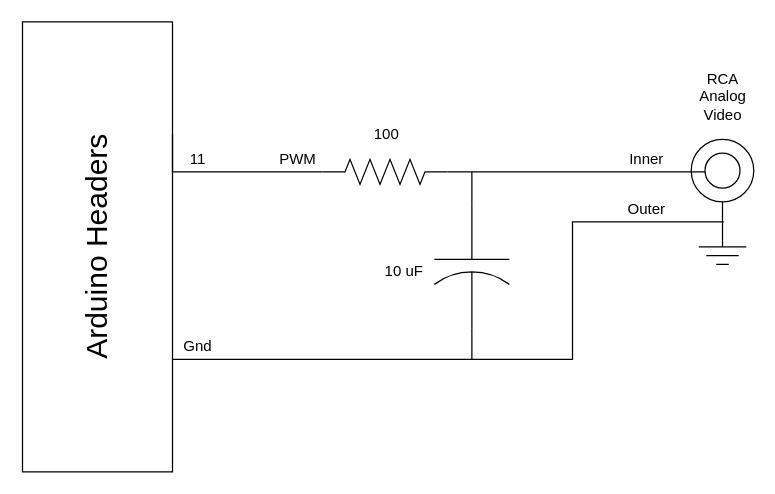
The draw.io diagram docs/RetroAV-Audio-HW-Diagram.drawio in dervish77/RetroAV, before the edit. Source tidied: cells renumbered, new cells numbered last; positions are measured from the earlier drawing's top-left corner, leaving out a move shared by most shapes. Both pictures are drawn from the tidied source at 125%, with x=0, y=0 at pixel (-19, 21).
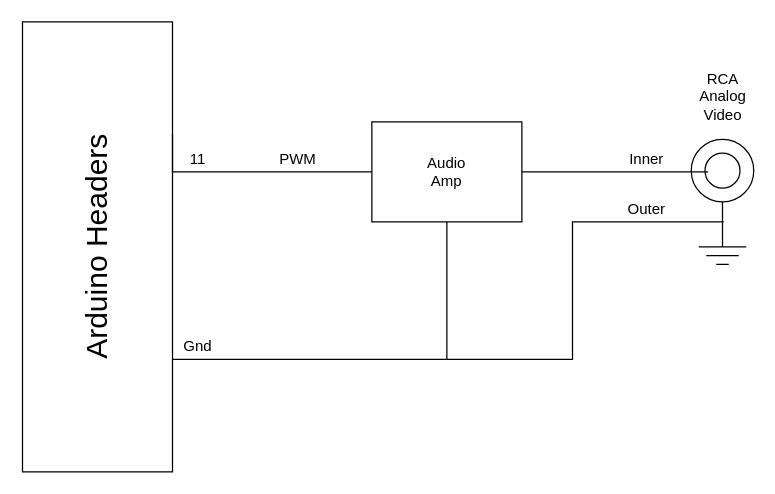
After the change.

Commit message (it also covers changes not shown here):
modified audio diagram to include amp instead of filter

Unchanged cells that the change refers to:
```xml
<mxCell id="2" style="rounded=0;whiteSpace=wrap;html=1;" parent="1" vertex="1">
  <mxGeometry x="32.5" width="120" height="360" as="geometry" />
</mxCell>
<mxCell id="7" style="verticalLabelPosition=bottom;shadow=0;dashed=0;align=center;html=1;verticalAlign=top;shape=mxgraph.electrical.miscellaneous.shielded_jack_plug;" parent="1" vertex="1">
  <mxGeometry x="567.5" y="94" width="50" height="100" as="geometry" />
</mxCell>
```

What changed in the source:
```diff
@@
-    <mxCell id="6" style="verticalLabelPosition=bottom;shadow=0;dashed=0;align=center;html=1;verticalAlign=top;shape=mxgraph.electrical.resistors.resistor_2;" parent="1" vertex="1">
-      <mxGeometry x="272.5" y="110" width="100" height="20" as="geometry" />
-    </mxCell>
@@
-    <mxCell id="8" style="edgeStyle=orthogonalEdgeStyle;rounded=0;jettySize=auto;html=1;exitX=1;exitY=0.25;exitDx=0;exitDy=0;entryX=0;entryY=0.5;entryDx=0;entryDy=0;entryPerimeter=0;endArrow=none;endFill=0;" parent="1" edge="1" source="2" target="6">
+    <mxCell id="8" style="edgeStyle=orthogonalEdgeStyle;rounded=0;jettySize=auto;html=1;exitX=1;exitY=0.25;exitDx=0;exitDy=0;entryX=0;entryY=0.5;entryDx=0;entryDy=0;endArrow=none;endFill=0;" parent="1" edge="1" source="2" target="21">
       <mxGeometry relative="1" as="geometry">
         <Array as="points">
-          <mxPoint x="152.5" y="120" />
+          <mxPoint x="153" y="120" />
         </Array>
       </mxGeometry>
     </mxCell>
-    <mxCell id="9" style="edgeStyle=orthogonalEdgeStyle;rounded=0;jettySize=auto;html=1;exitX=1;exitY=0.5;exitDx=0;exitDy=0;exitPerimeter=0;entryX=0.22;entryY=0.26;entryDx=0;entryDy=0;entryPerimeter=0;endArrow=none;endFill=0;" parent="1" edge="1" source="6" target="7">
-      <mxGeometry relative="1" as="geometry" />
-    </mxCell>
@@
-    <mxCell id="12" value="100" style="text;html=1;strokeColor=none;fillColor=none;align=center;verticalAlign=middle;whiteSpace=wrap;rounded=0;" parent="1" vertex="1">
-      <mxGeometry x="303.5" y="80" width="40" height="20" as="geometry" />
-    </mxCell>
@@
-    <mxCell id="16" style="edgeStyle=orthogonalEdgeStyle;rounded=0;jettySize=auto;html=1;exitX=0;exitY=0.5;exitDx=0;exitDy=0;exitPerimeter=0;endArrow=none;endFill=0;" parent="1" edge="1" source="18">
-      <mxGeometry relative="1" as="geometry">
-        <mxPoint x="392" y="120" as="targetPoint" />
-      </mxGeometry>
-    </mxCell>
-    <mxCell id="17" style="edgeStyle=orthogonalEdgeStyle;rounded=0;jettySize=auto;html=1;exitX=1;exitY=0.5;exitDx=0;exitDy=0;exitPerimeter=0;endArrow=none;endFill=0;" parent="1" edge="1" source="18">
-      <mxGeometry relative="1" as="geometry">
-        <mxPoint x="392" y="270" as="targetPoint" />
-      </mxGeometry>
-    </mxCell>
-    <mxCell id="18" style="verticalLabelPosition=bottom;shadow=0;dashed=0;align=center;html=1;verticalAlign=top;shape=mxgraph.electrical.capacitors.capacitor_2;rotation=90;" parent="1" vertex="1">
-      <mxGeometry x="342" y="165" width="100" height="60" as="geometry" />
-    </mxCell>
-    <mxCell id="19" value="10 uF" style="text;html=1;strokeColor=none;fillColor=none;align=center;verticalAlign=middle;whiteSpace=wrap;rounded=0;" parent="1" vertex="1">
-      <mxGeometry x="318" y="190" width="40" height="20" as="geometry" />
-    </mxCell>
+    <mxCell id="20" style="edgeStyle=orthogonalEdgeStyle;rounded=0;jettySize=auto;html=1;exitX=0.5;exitY=1;exitDx=0;exitDy=0;endArrow=none;endFill=0;" parent="1" edge="1" source="21">
+      <mxGeometry relative="1" as="geometry">
+        <mxPoint x="372" y="270" as="targetPoint" />
+      </mxGeometry>
+    </mxCell>
+    <mxCell id="21" style="rounded=0;whiteSpace=wrap;html=1;" parent="1" vertex="1">
+      <mxGeometry x="312" y="80" width="120" height="80" as="geometry" />
+    </mxCell>
+    <mxCell id="22" style="edgeStyle=orthogonalEdgeStyle;rounded=0;jettySize=auto;html=1;exitX=1;exitY=0.5;exitDx=0;exitDy=0;entryX=0.27;entryY=0.26;entryDx=0;entryDy=0;entryPerimeter=0;endArrow=none;endFill=0;" parent="1" edge="1" source="21" target="7">
+      <mxGeometry relative="1" as="geometry" />
+    </mxCell>
+    <mxCell id="23" value="Audio&lt;div&gt;Amp&lt;/div&gt;" style="text;html=1;align=center;verticalAlign=middle;whiteSpace=wrap;rounded=0;" parent="1" vertex="1">
+      <mxGeometry x="342" y="105" width="60" height="30" as="geometry" />
+    </mxCell>
```
